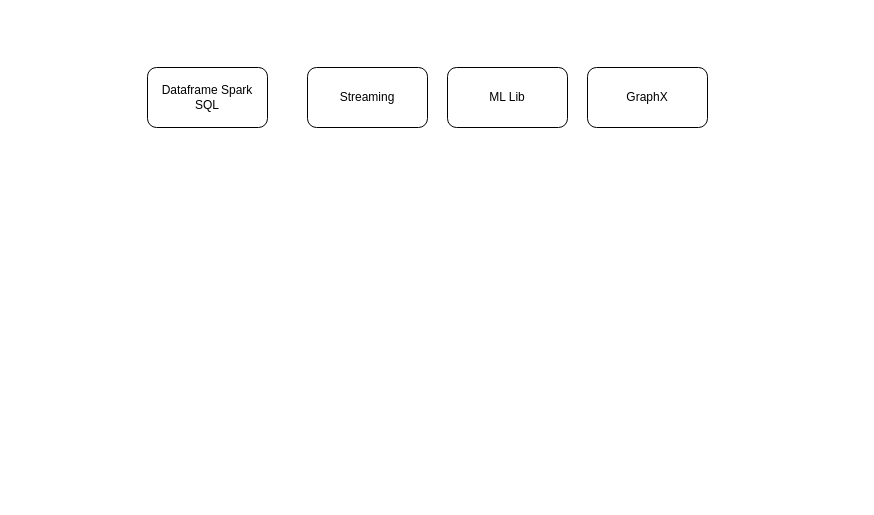
The draw.io diagram Untitled Diagram.drawio in abhayps1/stock-hunter, before the edit. Source tidied: cells renumbered, new cells numbered last; positions are measured from the earlier drawing's top-left corner, leaving out a move shared by most shapes. Both pictures are drawn from the tidied source at 100%, with x=0, y=0 at pixel (147, 67).
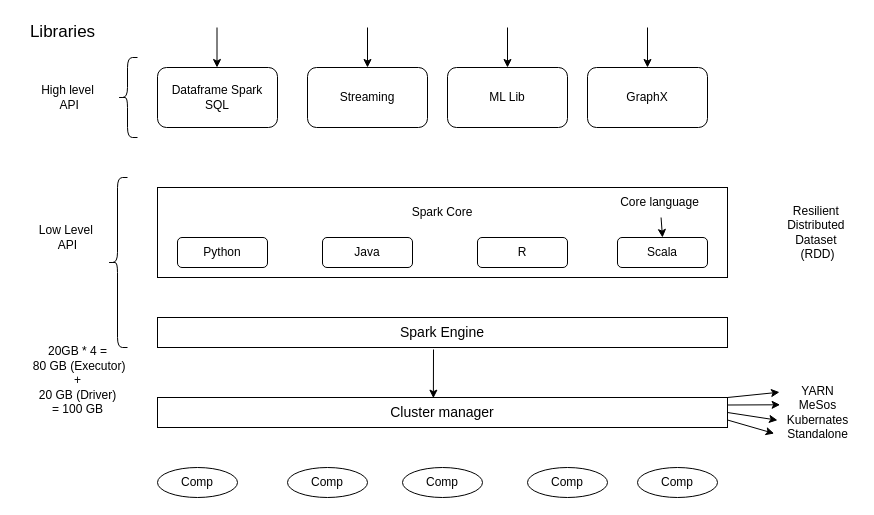
After the change.

The edit, as a diff of the source:
```diff
@@
     <mxCell id="2" value="Dataframe Spark SQL" style="rounded=1;whiteSpace=wrap;html=1;" parent="1" vertex="1">
-      <mxGeometry width="120" height="60" as="geometry" />
+      <mxGeometry x="10" width="120" height="60" as="geometry" />
     </mxCell>
@@
+    <mxCell id="6" style="endArrow=classic;html=1;rounded=0;entryX=0.5;entryY=0;entryDx=0;entryDy=0;" parent="1" edge="1">
+      <mxGeometry relative="1" as="geometry">
+        <mxPoint x="69.5" y="-40" as="sourcePoint" />
+        <mxPoint x="69.5" as="targetPoint" />
+      </mxGeometry>
+    </mxCell>
+    <mxCell id="7" style="endArrow=classic;html=1;rounded=0;entryX=0.5;entryY=0;entryDx=0;entryDy=0;" parent="1" edge="1">
+      <mxGeometry relative="1" as="geometry">
+        <mxPoint x="220" y="-40" as="sourcePoint" />
+        <mxPoint x="220" as="targetPoint" />
+      </mxGeometry>
+    </mxCell>
+    <mxCell id="8" style="endArrow=classic;html=1;rounded=0;entryX=0.5;entryY=0;entryDx=0;entryDy=0;" parent="1" edge="1">
+      <mxGeometry relative="1" as="geometry">
+        <mxPoint x="360" y="-40" as="sourcePoint" />
+        <mxPoint x="360" as="targetPoint" />
+      </mxGeometry>
+    </mxCell>
+    <mxCell id="9" style="endArrow=classic;html=1;rounded=0;entryX=0.5;entryY=0;entryDx=0;entryDy=0;" parent="1" edge="1">
+      <mxGeometry relative="1" as="geometry">
+        <mxPoint x="500" y="-40" as="sourcePoint" />
+        <mxPoint x="500" as="targetPoint" />
+      </mxGeometry>
+    </mxCell>
+    <mxCell id="10" style="shape=curlyBracket;whiteSpace=wrap;html=1;rounded=1;labelPosition=left;verticalLabelPosition=middle;align=right;verticalAlign=middle;" parent="1" vertex="1">
+      <mxGeometry x="-30" y="-10" width="20" height="80" as="geometry" />
+    </mxCell>
+    <mxCell id="11" value="&lt;font style=&quot;font-size: 17px;&quot;&gt;Libraries&lt;/font&gt;" style="text;html=1;align=center;verticalAlign=middle;strokeColor=none;fillColor=none;" parent="1" vertex="1">
+      <mxGeometry x="-130" y="-50" width="90" height="30" as="geometry" />
+    </mxCell>
+    <mxCell id="12" value="High level&lt;div&gt;&amp;nbsp;API&lt;/div&gt;" style="text;html=1;align=center;verticalAlign=middle;strokeColor=none;fillColor=none;" parent="1" vertex="1">
+      <mxGeometry x="-120" y="10" width="80" height="40" as="geometry" />
+    </mxCell>
+    <mxCell id="13" style="rounded=0;whiteSpace=wrap;html=1;" parent="1" vertex="1">
+      <mxGeometry x="10" y="120" width="570" height="90" as="geometry" />
+    </mxCell>
+    <mxCell id="14" value="Python" style="rounded=1;whiteSpace=wrap;html=1;" parent="1" vertex="1">
+      <mxGeometry x="30" y="170" width="90" height="30" as="geometry" />
+    </mxCell>
+    <mxCell id="15" value="Java" style="rounded=1;whiteSpace=wrap;html=1;" parent="1" vertex="1">
+      <mxGeometry x="175" y="170" width="90" height="30" as="geometry" />
+    </mxCell>
+    <mxCell id="16" value="R" style="rounded=1;whiteSpace=wrap;html=1;" parent="1" vertex="1">
+      <mxGeometry x="330" y="170" width="90" height="30" as="geometry" />
+    </mxCell>
+    <mxCell id="17" value="Scala" style="rounded=1;whiteSpace=wrap;html=1;" parent="1" vertex="1">
+      <mxGeometry x="470" y="170" width="90" height="30" as="geometry" />
+    </mxCell>
+    <mxCell id="18" value="Spark Core" style="text;html=1;align=center;verticalAlign=middle;whiteSpace=wrap;rounded=0;" parent="1" vertex="1">
+      <mxGeometry x="235" y="130" width="120" height="30" as="geometry" />
+    </mxCell>
+    <mxCell id="19" value="Core language" style="text;html=1;align=center;verticalAlign=middle;whiteSpace=wrap;rounded=0;" parent="1" vertex="1">
+      <mxGeometry x="445" y="120" width="135" height="30" as="geometry" />
+    </mxCell>
+    <mxCell id="20" style="endArrow=classic;html=1;rounded=0;entryX=0.5;entryY=0;entryDx=0;entryDy=0;" parent="1" edge="1" source="19" target="17">
+      <mxGeometry relative="1" as="geometry" />
+    </mxCell>
+    <mxCell id="21" value="Resilient&amp;nbsp;&lt;div&gt;Distributed&amp;nbsp;&lt;/div&gt;&lt;div&gt;Dataset&amp;nbsp;&lt;/div&gt;&lt;div&gt;(RDD)&lt;/div&gt;" style="text;html=1;align=center;verticalAlign=middle;strokeColor=none;fillColor=none;" parent="1" vertex="1">
+      <mxGeometry x="630" y="130" width="80" height="70" as="geometry" />
+    </mxCell>
+    <mxCell id="22" value="&lt;font style=&quot;font-size: 14px;&quot;&gt;Spark Engine&lt;/font&gt;" style="rounded=0;whiteSpace=wrap;html=1;" parent="1" vertex="1">
+      <mxGeometry x="10" y="250" width="570" height="30" as="geometry" />
+    </mxCell>
+    <mxCell id="23" value="&lt;font style=&quot;font-size: 14px;&quot;&gt;Cluster manager&lt;/font&gt;" style="rounded=0;whiteSpace=wrap;html=1;" parent="1" vertex="1">
+      <mxGeometry x="10" y="330" width="570" height="30" as="geometry" />
+    </mxCell>
+    <mxCell id="24" style="endArrow=classic;html=1;rounded=0;entryX=0.484;entryY=0.022;entryDx=0;entryDy=0;entryPerimeter=0;" parent="1" edge="1" target="23">
+      <mxGeometry relative="1" as="geometry">
+        <mxPoint x="286" y="282" as="sourcePoint" />
+      </mxGeometry>
+    </mxCell>
+    <mxCell id="25" value="Comp" style="ellipse;whiteSpace=wrap;html=1;" parent="1" vertex="1">
+      <mxGeometry x="10" y="400" width="80" height="30" as="geometry" />
+    </mxCell>
+    <mxCell id="26" value="Comp" style="ellipse;whiteSpace=wrap;html=1;" parent="1" vertex="1">
+      <mxGeometry x="140" y="400" width="80" height="30" as="geometry" />
+    </mxCell>
+    <mxCell id="27" value="Comp" style="ellipse;whiteSpace=wrap;html=1;" parent="1" vertex="1">
+      <mxGeometry x="255" y="400" width="80" height="30" as="geometry" />
+    </mxCell>
+    <mxCell id="28" value="Comp" style="ellipse;whiteSpace=wrap;html=1;" parent="1" vertex="1">
+      <mxGeometry x="490" y="400" width="80" height="30" as="geometry" />
+    </mxCell>
+    <mxCell id="29" value="Comp" style="ellipse;whiteSpace=wrap;html=1;" parent="1" vertex="1">
+      <mxGeometry x="380" y="400" width="80" height="30" as="geometry" />
+    </mxCell>
+    <mxCell id="30" value="YARN&lt;br&gt;MeSos&lt;br&gt;Kubernates&lt;div&gt;Standalone&lt;/div&gt;" style="text;html=1;align=center;verticalAlign=middle;points=[];strokeColor=none;fillColor=none;" parent="1" vertex="1">
+      <mxGeometry x="630" y="310" width="80" height="70" as="geometry" />
+    </mxCell>
+    <mxCell id="31" style="endArrow=classic;html=1;rounded=0;entryX=0.025;entryY=0.21;entryDx=0;entryDy=0;entryPerimeter=0;exitX=1;exitY=0;exitDx=0;exitDy=0;" parent="1" edge="1" source="23" target="30">
+      <mxGeometry relative="1" as="geometry" />
+    </mxCell>
+    <mxCell id="32" style="endArrow=classic;html=1;rounded=0;entryX=0.033;entryY=0.39;entryDx=0;entryDy=0;entryPerimeter=0;exitX=1;exitY=0.25;exitDx=0;exitDy=0;" parent="1" edge="1" source="23" target="30">
+      <mxGeometry relative="1" as="geometry" />
+    </mxCell>
+    <mxCell id="33" style="endArrow=classic;html=1;rounded=0;entryX=0;entryY=0.61;entryDx=0;entryDy=0;entryPerimeter=0;exitX=1;exitY=0.5;exitDx=0;exitDy=0;" parent="1" edge="1" source="23" target="30">
+      <mxGeometry relative="1" as="geometry" />
+    </mxCell>
+    <mxCell id="34" style="endArrow=classic;html=1;rounded=0;entryX=-0.042;entryY=0.8;entryDx=0;entryDy=0;entryPerimeter=0;exitX=1;exitY=0.75;exitDx=0;exitDy=0;" parent="1" edge="1" source="23" target="30">
+      <mxGeometry relative="1" as="geometry" />
+    </mxCell>
+    <mxCell id="35" style="shape=curlyBracket;whiteSpace=wrap;html=1;rounded=1;labelPosition=left;verticalLabelPosition=middle;align=right;verticalAlign=middle;" parent="1" vertex="1">
+      <mxGeometry x="-40" y="110" width="20" height="170" as="geometry" />
+    </mxCell>
+    <mxCell id="36" value="Low Level&amp;nbsp;&lt;div&gt;API&lt;/div&gt;" style="text;html=1;align=center;verticalAlign=middle;strokeColor=none;fillColor=none;" parent="1" vertex="1">
+      <mxGeometry x="-120" y="150" width="80" height="40" as="geometry" />
+    </mxCell>
+    <mxCell id="37" value="20GB * 4&amp;nbsp;&lt;span style=&quot;background-color: transparent; color: light-dark(rgb(0, 0, 0), rgb(255, 255, 255));&quot;&gt;=&lt;/span&gt;&lt;div&gt;&lt;span style=&quot;background-color: transparent; color: light-dark(rgb(0, 0, 0), rgb(255, 255, 255));&quot;&gt;&amp;nbsp;80 GB (Executor)&lt;/span&gt;&lt;div&gt;+&lt;/div&gt;&lt;div&gt;20 GB (Driver)&lt;/div&gt;&lt;div&gt;= 100 GB&lt;/div&gt;&lt;div&gt;&lt;br&gt;&lt;/div&gt;&lt;/div&gt;" style="text;html=1;align=center;verticalAlign=middle;strokeColor=none;fillColor=none;" parent="1" vertex="1">
+      <mxGeometry x="-130" y="270" width="120" height="100" as="geometry" />
+    </mxCell>
```
